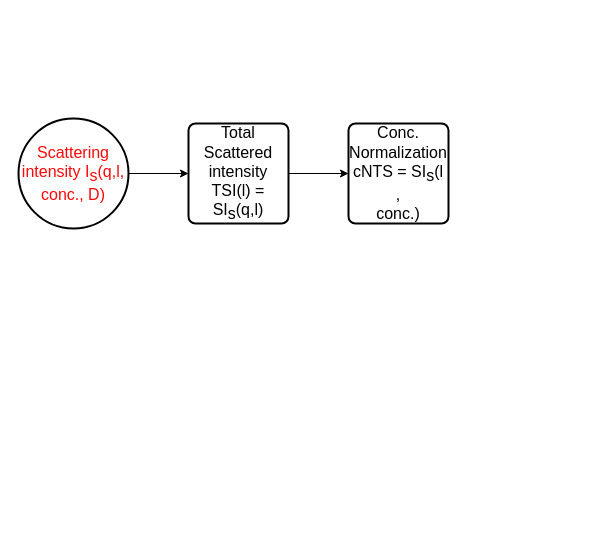
Above: Untitled Diagram.drawio in mrghdri/Test01 (draw.io), before the change. Source tidied: cells renumbered, new cells numbered last; positions are measured from the earlier drawing's top-left corner, leaving out a move shared by most shapes. Both pictures are drawn from the tidied source at 100%, with x=0, y=0 at pixel (18, 118).
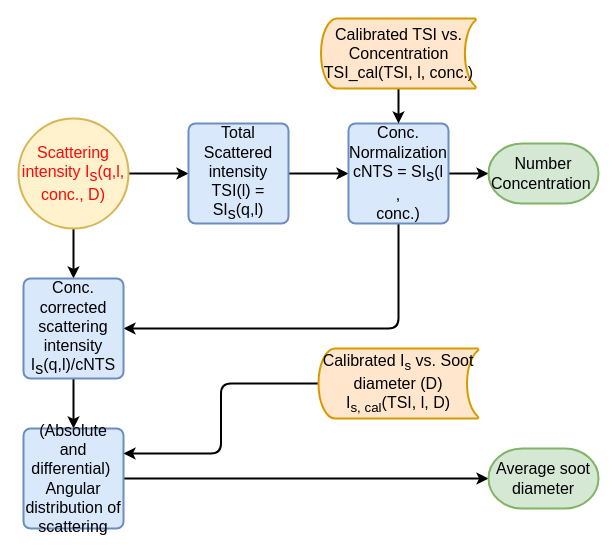
The same diagram, later.

Change to the diagram source:
```diff
@@
-    <mxCell id="2" style="edgeStyle=orthogonalEdgeStyle;rounded=0;jettySize=auto;html=1;exitX=1;exitY=0.5;exitDx=0;exitDy=0;exitPerimeter=0;entryX=0;entryY=0.5;entryDx=0;entryDy=0;fontColor=#000000;" parent="1" edge="1" source="3" target="5">
+    <mxCell id="2" style="edgeStyle=orthogonalEdgeStyle;jettySize=auto;html=1;exitX=1;exitY=0.5;exitDx=0;exitDy=0;exitPerimeter=0;entryX=0;entryY=0.5;entryDx=0;entryDy=0;fontColor=#000000;strokeWidth=2;rounded=1;" parent="1" edge="1" source="3" target="5">
       <mxGeometry relative="1" as="geometry" />
     </mxCell>
+    <mxCell id="7" style="edgeStyle=orthogonalEdgeStyle;jettySize=auto;html=1;strokeWidth=2;fontColor=#000000;rounded=1;" parent="1" edge="1" source="3" target="13">
+      <mxGeometry relative="1" as="geometry" />
+    </mxCell>
-    <mxCell id="3" value="&lt;p style=&quot;margin-top: 0pt ; margin-bottom: 0pt ; margin-left: 0in ; direction: ltr ; unicode-bidi: embed ; word-break: normal ; font-size: 16px&quot;&gt;&lt;font color=&quot;#ff0808&quot; style=&quot;font-size: 16px&quot;&gt;&lt;span style=&quot;font-family: &amp;#34;calibri&amp;#34;&quot;&gt;Scattering intensity I&lt;/span&gt;&lt;span style=&quot;font-family: &amp;#34;calibri&amp;#34; ; vertical-align: sub&quot;&gt;s&lt;/span&gt;&lt;span style=&quot;font-family: &amp;#34;calibri&amp;#34;&quot;&gt;(&lt;/span&gt;&lt;span style=&quot;font-family: &amp;#34;symbol&amp;#34;&quot;&gt;q&lt;/span&gt;&lt;span style=&quot;font-family: &amp;#34;calibri&amp;#34;&quot;&gt;,&lt;/span&gt;&lt;span style=&quot;font-family: &amp;#34;symbol&amp;#34;&quot;&gt;l&lt;/span&gt;&lt;span style=&quot;font-family: &amp;#34;calibri&amp;#34;&quot;&gt;, conc., D)&lt;/span&gt;&lt;/font&gt;&lt;/p&gt;" style="strokeWidth=2;html=1;shape=mxgraph.flowchart.start_2;whiteSpace=wrap;align=center;" parent="1" vertex="1">
+    <mxCell id="3" value="&lt;p style=&quot;margin-top: 0pt ; margin-bottom: 0pt ; margin-left: 0in ; direction: ltr ; unicode-bidi: embed ; word-break: normal ; font-size: 16px&quot;&gt;&lt;font color=&quot;#ff0808&quot; style=&quot;font-size: 16px&quot;&gt;&lt;span style=&quot;font-family: &amp;#34;calibri&amp;#34;&quot;&gt;Scattering intensity I&lt;/span&gt;&lt;span style=&quot;font-family: &amp;#34;calibri&amp;#34; ; vertical-align: sub&quot;&gt;s&lt;/span&gt;&lt;span style=&quot;font-family: &amp;#34;calibri&amp;#34;&quot;&gt;(&lt;/span&gt;&lt;span style=&quot;font-family: &amp;#34;symbol&amp;#34;&quot;&gt;q&lt;/span&gt;&lt;span style=&quot;font-family: &amp;#34;calibri&amp;#34;&quot;&gt;,&lt;/span&gt;&lt;span style=&quot;font-family: &amp;#34;symbol&amp;#34;&quot;&gt;l&lt;/span&gt;&lt;span style=&quot;font-family: &amp;#34;calibri&amp;#34;&quot;&gt;, conc., D)&lt;/span&gt;&lt;/font&gt;&lt;/p&gt;" style="strokeWidth=2;html=1;shape=mxgraph.flowchart.start_2;whiteSpace=wrap;align=center;fillColor=#fff2cc;strokeColor=#d6b656;" parent="1" vertex="1">
       <mxGeometry width="110" height="110" as="geometry" />
     </mxCell>
-    <mxCell id="4" style="edgeStyle=orthogonalEdgeStyle;rounded=0;jettySize=auto;html=1;exitX=1;exitY=0.5;exitDx=0;exitDy=0;entryX=0;entryY=0.5;entryDx=0;entryDy=0;fontColor=#000000;" parent="1" edge="1" source="5" target="6">
+    <mxCell id="4" style="edgeStyle=orthogonalEdgeStyle;jettySize=auto;html=1;exitX=1;exitY=0.5;exitDx=0;exitDy=0;entryX=0;entryY=0.5;entryDx=0;entryDy=0;fontColor=#000000;strokeWidth=2;rounded=1;" parent="1" edge="1" source="5" target="6">
       <mxGeometry relative="1" as="geometry" />
     </mxCell>
-    <mxCell id="5" value="&lt;p style=&quot;margin-top: 0pt ; margin-bottom: 0pt ; margin-left: 0in ; direction: ltr ; unicode-bidi: embed ; word-break: normal ; font-size: 16px&quot;&gt;&lt;span style=&quot;font-family: &amp;#34;calibri&amp;#34;&quot;&gt;Total Scattered intensity &lt;br&gt;TSI(&lt;/span&gt;&lt;span style=&quot;font-family: &amp;#34;symbol&amp;#34;&quot;&gt;l&lt;/span&gt;&lt;span style=&quot;font-family: &amp;#34;calibri&amp;#34;&quot;&gt;) = &lt;/span&gt;&lt;span style=&quot;font-family: &amp;#34;symbol&amp;#34;&quot;&gt;S&lt;/span&gt;&lt;span style=&quot;font-family: &amp;#34;calibri&amp;#34;&quot;&gt;I&lt;/span&gt;&lt;span style=&quot;font-family: &amp;#34;calibri&amp;#34; ; vertical-align: sub&quot;&gt;s&lt;/span&gt;&lt;span style=&quot;font-family: &amp;#34;calibri&amp;#34;&quot;&gt;(&lt;/span&gt;&lt;span style=&quot;font-family: &amp;#34;symbol&amp;#34;&quot;&gt;q&lt;/span&gt;&lt;span style=&quot;font-family: &amp;#34;calibri&amp;#34;&quot;&gt;,&lt;/span&gt;&lt;span style=&quot;font-family: &amp;#34;symbol&amp;#34;&quot;&gt;l&lt;/span&gt;&lt;span style=&quot;font-family: &amp;#34;calibri&amp;#34;&quot;&gt;)&lt;/span&gt;&lt;/p&gt;" style="rounded=1;whiteSpace=wrap;html=1;absoluteArcSize=1;arcSize=14;strokeWidth=2;align=center;fontColor=#000000;" parent="1" vertex="1">
+    <mxCell id="5" value="&lt;p style=&quot;margin-top: 0pt ; margin-bottom: 0pt ; margin-left: 0in ; direction: ltr ; unicode-bidi: embed ; word-break: normal ; font-size: 16px&quot;&gt;&lt;span style=&quot;font-family: &amp;#34;calibri&amp;#34;&quot;&gt;Total Scattered intensity &lt;br&gt;TSI(&lt;/span&gt;&lt;span style=&quot;font-family: &amp;#34;symbol&amp;#34;&quot;&gt;l&lt;/span&gt;&lt;span style=&quot;font-family: &amp;#34;calibri&amp;#34;&quot;&gt;) = &lt;/span&gt;&lt;span style=&quot;font-family: &amp;#34;symbol&amp;#34;&quot;&gt;S&lt;/span&gt;&lt;span style=&quot;font-family: &amp;#34;calibri&amp;#34;&quot;&gt;I&lt;/span&gt;&lt;span style=&quot;font-family: &amp;#34;calibri&amp;#34; ; vertical-align: sub&quot;&gt;s&lt;/span&gt;&lt;span style=&quot;font-family: &amp;#34;calibri&amp;#34;&quot;&gt;(&lt;/span&gt;&lt;span style=&quot;font-family: &amp;#34;symbol&amp;#34;&quot;&gt;q&lt;/span&gt;&lt;span style=&quot;font-family: &amp;#34;calibri&amp;#34;&quot;&gt;,&lt;/span&gt;&lt;span style=&quot;font-family: &amp;#34;symbol&amp;#34;&quot;&gt;l&lt;/span&gt;&lt;span style=&quot;font-family: &amp;#34;calibri&amp;#34;&quot;&gt;)&lt;/span&gt;&lt;/p&gt;" style="rounded=1;whiteSpace=wrap;html=1;absoluteArcSize=1;arcSize=14;strokeWidth=2;align=center;fillColor=#dae8fc;strokeColor=#6c8ebf;" parent="1" vertex="1">
       <mxGeometry x="170" y="5" width="100" height="100" as="geometry" />
     </mxCell>
+    <mxCell id="8" style="edgeStyle=orthogonalEdgeStyle;jettySize=auto;html=1;exitX=1;exitY=0.5;exitDx=0;exitDy=0;fontColor=#000000;strokeWidth=2;rounded=1;" parent="1" edge="1" source="6" target="14">
+      <mxGeometry relative="1" as="geometry" />
+    </mxCell>
+    <mxCell id="9" style="edgeStyle=orthogonalEdgeStyle;jettySize=auto;html=1;entryX=1;entryY=0.5;entryDx=0;entryDy=0;strokeWidth=2;fontColor=#000000;rounded=1;" parent="1" edge="1" source="6" target="13">
+      <mxGeometry relative="1" as="geometry">
+        <Array as="points">
+          <mxPoint x="380" y="210" />
+        </Array>
+      </mxGeometry>
+    </mxCell>
-    <mxCell id="6" value="&lt;p style=&quot;margin-top: 0pt ; margin-bottom: 0pt ; margin-left: 0in ; direction: ltr ; unicode-bidi: embed ; word-break: normal ; font-size: 16px&quot;&gt;&lt;span style=&quot;font-family: &amp;#34;calibri&amp;#34;&quot;&gt;&lt;font style=&quot;font-size: 16px&quot;&gt;Conc. Normalization&lt;/font&gt;&lt;/span&gt;&lt;/p&gt;&lt;p style=&quot;margin-top: 0pt ; margin-bottom: 0pt ; margin-left: 0in ; direction: ltr ; unicode-bidi: embed ; word-break: normal ; font-size: 16px&quot;&gt;&lt;font style=&quot;font-size: 16px&quot;&gt;&lt;span style=&quot;font-family: &amp;#34;calibri&amp;#34;&quot;&gt;cNTS&lt;/span&gt;&lt;span style=&quot;font-family: &amp;#34;calibri&amp;#34;&quot;&gt; = &lt;/span&gt;&lt;span style=&quot;font-family: &amp;#34;symbol&amp;#34;&quot;&gt;S&lt;/span&gt;&lt;span style=&quot;font-family: &amp;#34;calibri&amp;#34;&quot;&gt;I&lt;/span&gt;&lt;span style=&quot;font-family: &amp;#34;calibri&amp;#34; ; vertical-align: sub&quot;&gt;s&lt;/span&gt;&lt;span style=&quot;font-family: &amp;#34;calibri&amp;#34;&quot;&gt;(&lt;/span&gt;&lt;span style=&quot;font-family: &amp;#34;symbol&amp;#34;&quot;&gt;l&lt;/span&gt;&lt;span style=&quot;font-family: &amp;#34;calibri&amp;#34;&quot;&gt; ,&lt;br&gt;conc.)&lt;/span&gt;&lt;/font&gt;&lt;/p&gt;" style="rounded=1;whiteSpace=wrap;html=1;absoluteArcSize=1;arcSize=14;strokeWidth=2;fontColor=#000000;align=center;" parent="1" vertex="1">
+    <mxCell id="6" value="&lt;p style=&quot;margin-top: 0pt ; margin-bottom: 0pt ; margin-left: 0in ; direction: ltr ; unicode-bidi: embed ; word-break: normal ; font-size: 16px&quot;&gt;&lt;span style=&quot;font-family: &amp;#34;calibri&amp;#34;&quot;&gt;&lt;font style=&quot;font-size: 16px&quot;&gt;Conc. Normalization&lt;/font&gt;&lt;/span&gt;&lt;/p&gt;&lt;p style=&quot;margin-top: 0pt ; margin-bottom: 0pt ; margin-left: 0in ; direction: ltr ; unicode-bidi: embed ; word-break: normal ; font-size: 16px&quot;&gt;&lt;font style=&quot;font-size: 16px&quot;&gt;&lt;span style=&quot;font-family: &amp;#34;calibri&amp;#34;&quot;&gt;cNTS&lt;/span&gt;&lt;span style=&quot;font-family: &amp;#34;calibri&amp;#34;&quot;&gt; = &lt;/span&gt;&lt;span style=&quot;font-family: &amp;#34;symbol&amp;#34;&quot;&gt;S&lt;/span&gt;&lt;span style=&quot;font-family: &amp;#34;calibri&amp;#34;&quot;&gt;I&lt;/span&gt;&lt;span style=&quot;font-family: &amp;#34;calibri&amp;#34; ; vertical-align: sub&quot;&gt;s&lt;/span&gt;&lt;span style=&quot;font-family: &amp;#34;calibri&amp;#34;&quot;&gt;(&lt;/span&gt;&lt;span style=&quot;font-family: &amp;#34;symbol&amp;#34;&quot;&gt;l&lt;/span&gt;&lt;span style=&quot;font-family: &amp;#34;calibri&amp;#34;&quot;&gt; ,&lt;br&gt;conc.)&lt;/span&gt;&lt;/font&gt;&lt;/p&gt;" style="rounded=1;whiteSpace=wrap;html=1;absoluteArcSize=1;arcSize=14;strokeWidth=2;align=center;fillColor=#dae8fc;strokeColor=#6c8ebf;" parent="1" vertex="1">
       <mxGeometry x="330" y="5" width="100" height="100" as="geometry" />
     </mxCell>
+    <mxCell id="10" style="edgeStyle=orthogonalEdgeStyle;jettySize=auto;html=1;entryX=0.5;entryY=0;entryDx=0;entryDy=0;fontColor=#000000;strokeWidth=2;rounded=1;" parent="1" edge="1" source="11" target="6">
+      <mxGeometry relative="1" as="geometry" />
+    </mxCell>
+    <mxCell id="11" value="&lt;p style=&quot;margin-top: 0pt ; margin-bottom: 0pt ; margin-left: 0in ; direction: ltr ; unicode-bidi: embed ; word-break: normal ; font-size: 16px&quot;&gt;&lt;span style=&quot;font-family: &amp;#34;calibri&amp;#34;&quot;&gt;Calibrated TSI vs. Concentration &lt;br&gt;&lt;/span&gt;&lt;span style=&quot;font-family: &amp;#34;calibri&amp;#34;&quot;&gt;TSI_cal&lt;/span&gt;&lt;span style=&quot;font-family: &amp;#34;calibri&amp;#34;&quot;&gt;(TSI,&lt;/span&gt;&lt;span style=&quot;font-family: &amp;#34;symbol&amp;#34;&quot;&gt; l&lt;/span&gt;&lt;span style=&quot;font-family: &amp;#34;calibri&amp;#34;&quot;&gt;, conc.)&lt;/span&gt;&lt;/p&gt;" style="strokeWidth=2;html=1;shape=mxgraph.flowchart.stored_data;whiteSpace=wrap;align=center;fillColor=#ffe6cc;strokeColor=#d79b00;" parent="1" vertex="1">
+      <mxGeometry x="302.5" y="-100" width="155" height="70" as="geometry" />
+    </mxCell>
+    <mxCell id="12" style="edgeStyle=orthogonalEdgeStyle;jettySize=auto;html=1;strokeWidth=2;fontColor=#000000;rounded=1;" parent="1" edge="1" source="13" target="16">
+      <mxGeometry relative="1" as="geometry" />
+    </mxCell>
+    <mxCell id="13" value="&lt;p style=&quot;margin-top: 0pt ; margin-bottom: 0pt ; margin-left: 0in ; direction: ltr ; unicode-bidi: embed ; word-break: normal ; font-size: 16px&quot;&gt;&lt;span style=&quot;font-family: &amp;#34;calibri&amp;#34;&quot;&gt;Conc. corrected scattering intensity&lt;br&gt;I&lt;/span&gt;&lt;span style=&quot;font-family: &amp;#34;calibri&amp;#34; ; vertical-align: sub&quot;&gt;s&lt;/span&gt;&lt;span style=&quot;font-family: &amp;#34;calibri&amp;#34;&quot;&gt;(&lt;/span&gt;&lt;span style=&quot;font-family: &amp;#34;symbol&amp;#34;&quot;&gt;q&lt;/span&gt;&lt;span style=&quot;font-family: &amp;#34;calibri&amp;#34;&quot;&gt;,&lt;/span&gt;&lt;span style=&quot;font-family: &amp;#34;symbol&amp;#34;&quot;&gt;l&lt;/span&gt;&lt;span style=&quot;font-family: &amp;#34;calibri&amp;#34;&quot;&gt;)/&lt;/span&gt;&lt;span style=&quot;font-family: &amp;#34;calibri&amp;#34;&quot;&gt;cNTS&lt;/span&gt;&lt;/p&gt;" style="rounded=1;whiteSpace=wrap;html=1;absoluteArcSize=1;arcSize=14;strokeWidth=2;align=center;fillColor=#dae8fc;strokeColor=#6c8ebf;" parent="1" vertex="1">
+      <mxGeometry x="5" y="160" width="100" height="100" as="geometry" />
+    </mxCell>
+    <mxCell id="14" value="&lt;p style=&quot;margin-top: 0pt ; margin-bottom: 0pt ; margin-left: 0in ; direction: ltr ; unicode-bidi: embed ; word-break: normal&quot;&gt;&lt;span style=&quot;font-family: &amp;#34;calibri&amp;#34;&quot;&gt;&lt;font style=&quot;font-size: 16px&quot;&gt;Number Concentration&amp;nbsp;&lt;/font&gt;&lt;/span&gt;&lt;/p&gt;" style="strokeWidth=2;html=1;shape=mxgraph.flowchart.terminator;whiteSpace=wrap;align=center;fillColor=#d5e8d4;strokeColor=#82b366;" parent="1" vertex="1">
+      <mxGeometry x="470" y="25" width="110" height="60" as="geometry" />
+    </mxCell>
+    <mxCell id="15" style="edgeStyle=orthogonalEdgeStyle;rounded=1;jettySize=auto;html=1;entryX=0;entryY=0.5;entryDx=0;entryDy=0;entryPerimeter=0;strokeWidth=2;fontColor=#000000;" parent="1" edge="1" source="16" target="19">
+      <mxGeometry relative="1" as="geometry" />
+    </mxCell>
+    <mxCell id="16" value="&lt;span style=&quot;font-family: &amp;#34;calibri&amp;#34; ; font-size: 16px&quot;&gt;(Absolute and differential)&amp;nbsp;&lt;/span&gt;&lt;p style=&quot;margin-top: 0pt ; margin-bottom: 0pt ; margin-left: 0in ; direction: ltr ; unicode-bidi: embed ; word-break: normal ; font-size: 16px&quot;&gt;&lt;span style=&quot;font-family: &amp;#34;calibri&amp;#34;&quot;&gt;Angular distribution of scattering&lt;br&gt;&lt;/span&gt;&lt;/p&gt;" style="rounded=1;whiteSpace=wrap;html=1;absoluteArcSize=1;arcSize=14;strokeWidth=2;align=center;fillColor=#dae8fc;strokeColor=#6c8ebf;" parent="1" vertex="1">
+      <mxGeometry x="5" y="310" width="100" height="100" as="geometry" />
+    </mxCell>
+    <mxCell id="17" style="edgeStyle=orthogonalEdgeStyle;rounded=1;jettySize=auto;html=1;entryX=1;entryY=0.25;entryDx=0;entryDy=0;strokeWidth=2;fontColor=#000000;" parent="1" edge="1" source="18" target="16">
+      <mxGeometry relative="1" as="geometry" />
+    </mxCell>
+    <mxCell id="18" value="&lt;p style=&quot;margin-top: 0pt ; margin-bottom: 0pt ; margin-left: 0in ; direction: ltr ; unicode-bidi: embed ; word-break: normal ; font-size: 16px&quot;&gt;&lt;span style=&quot;font-family: &amp;#34;calibri&amp;#34;&quot;&gt;Calibrated I&lt;sub&gt;s&lt;/sub&gt; vs. Soot diameter (D)&lt;br&gt;&lt;/span&gt;&lt;span style=&quot;font-family: &amp;#34;calibri&amp;#34;&quot;&gt;I&lt;/span&gt;&lt;sub style=&quot;font-family: &amp;#34;calibri&amp;#34;&quot;&gt;s,&amp;nbsp;&lt;/sub&gt;&lt;span style=&quot;font-family: &amp;#34;calibri&amp;#34;&quot;&gt;&lt;sub&gt;cal&lt;/sub&gt;&lt;/span&gt;&lt;span style=&quot;font-family: &amp;#34;calibri&amp;#34;&quot;&gt;(TSI,&lt;/span&gt;&lt;span style=&quot;font-family: &amp;#34;symbol&amp;#34;&quot;&gt; l&lt;/span&gt;&lt;span style=&quot;font-family: &amp;#34;calibri&amp;#34;&quot;&gt;, D)&lt;/span&gt;&lt;/p&gt;" style="strokeWidth=2;html=1;shape=mxgraph.flowchart.stored_data;whiteSpace=wrap;align=center;fillColor=#ffe6cc;strokeColor=#d79b00;" parent="1" vertex="1">
+      <mxGeometry x="300" y="230" width="160" height="70" as="geometry" />
+    </mxCell>
+    <mxCell id="19" value="&lt;p style=&quot;margin-top: 0pt ; margin-bottom: 0pt ; margin-left: 0in ; direction: ltr ; unicode-bidi: embed ; word-break: normal&quot;&gt;&lt;span style=&quot;font-family: &amp;#34;calibri&amp;#34;&quot;&gt;&lt;font style=&quot;font-size: 16px&quot;&gt;Average soot diameter&lt;/font&gt;&lt;/span&gt;&lt;/p&gt;" style="strokeWidth=2;html=1;shape=mxgraph.flowchart.terminator;whiteSpace=wrap;align=center;fillColor=#d5e8d4;strokeColor=#82b366;" parent="1" vertex="1">
+      <mxGeometry x="470" y="330" width="110" height="60" as="geometry" />
+    </mxCell>
```
